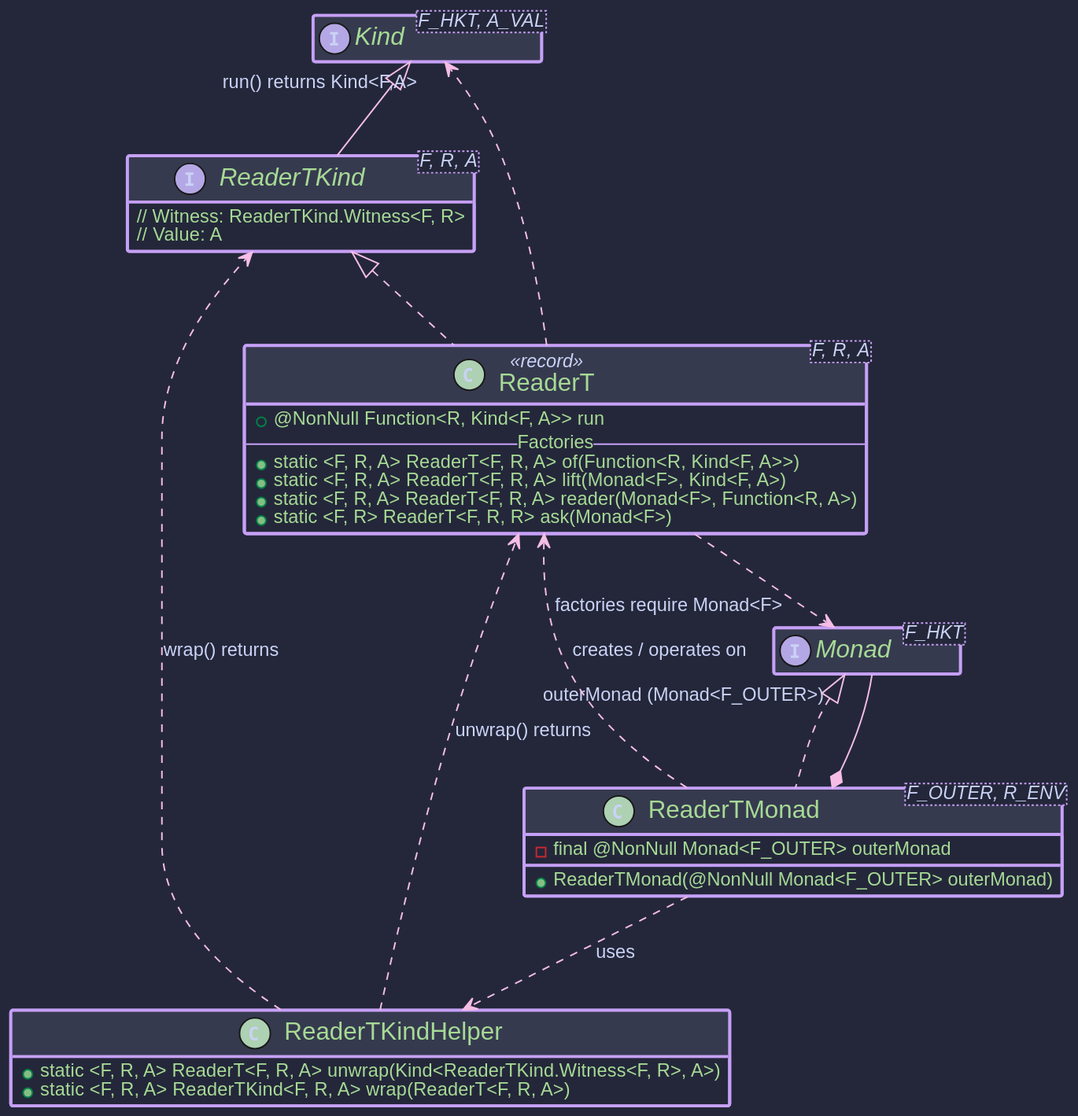
This is hkj-book/src/images/puml/readert_transformer.svg from higher-kinded-j/higher-kinded-j, a PlantUML export, as it was before one commit.
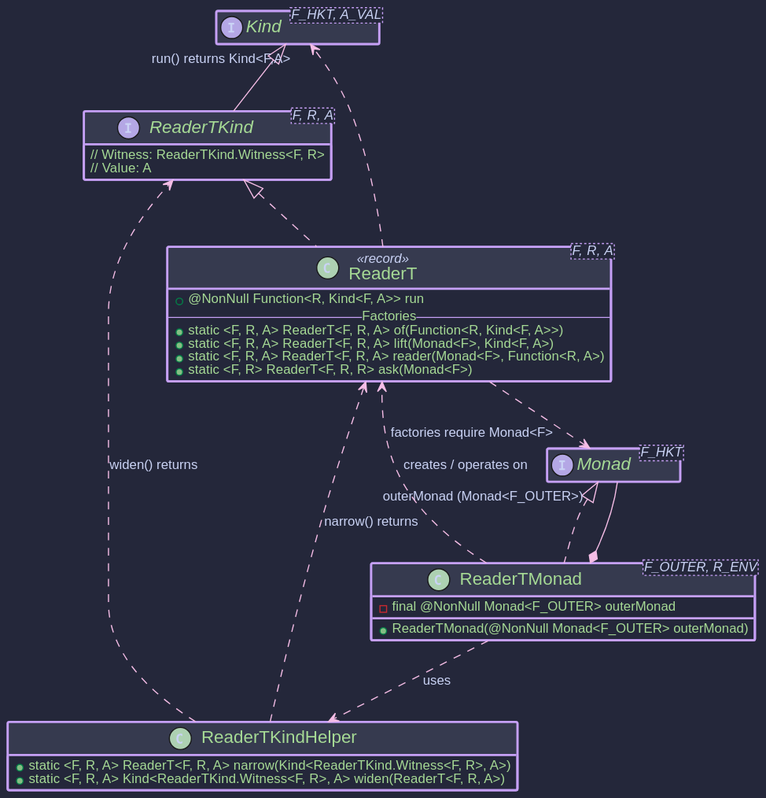
After the change.

What changed in the source:
```diff
@@ -28,8 +28,8 @@
   }
 
   class ReaderTKindHelper {
-    + static <F, R, A> ReaderT<F, R, A> unwrap(Kind<ReaderTKind.Witness<F, R>, A>)
-    + static <F, R, A> ReaderTKind<F, R, A> wrap(ReaderT<F, R, A>)
+    + static <F, R, A> ReaderT<F, R, A> narrow(Kind<ReaderTKind.Witness<F, R>, A>)
+    + static <F, R, A> Kind<ReaderTKind.Witness<F, R>, A> widen(ReaderT<F, R, A>)
 
 
   }
@@ -39,8 +39,8 @@
   ReaderTMonad ..> ReaderTKindHelper : uses
   ReaderTMonad ..> ReaderT : creates / operates on
 
-  ReaderTKindHelper ..> ReaderT : unwrap() returns
-  ReaderTKindHelper ..> ReaderTKind : wrap() returns
+  ReaderTKindHelper ..> ReaderT : narrow() returns
+  ReaderTKindHelper ..> ReaderTKind : widen() returns
 
 
   ReaderT ..> "run() returns Kind<F,A>" Kind
```
